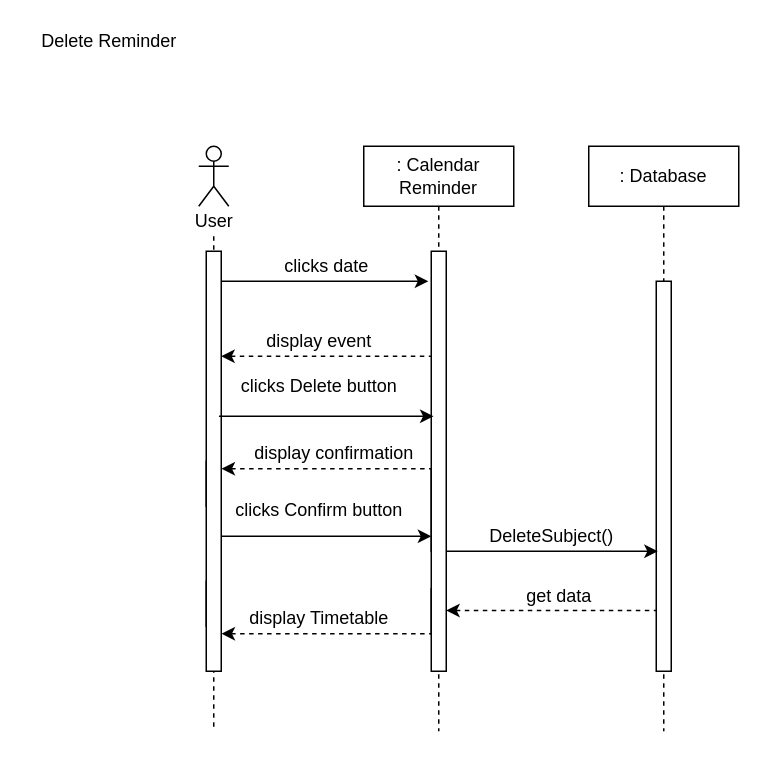
FaizAnuar/ashisu keeps this draw.io diagram as page "Page-4" (4 of 5) of CalendarReminder.drawio. Above is the earlier version. Source tidied: cells renumbered, new cells numbered last; positions are measured from the earlier drawing's top-left corner, leaving out a move shared by most shapes. Both pictures are drawn from the tidied source at 150%, with x=0, y=0 at pixel (26, 26).
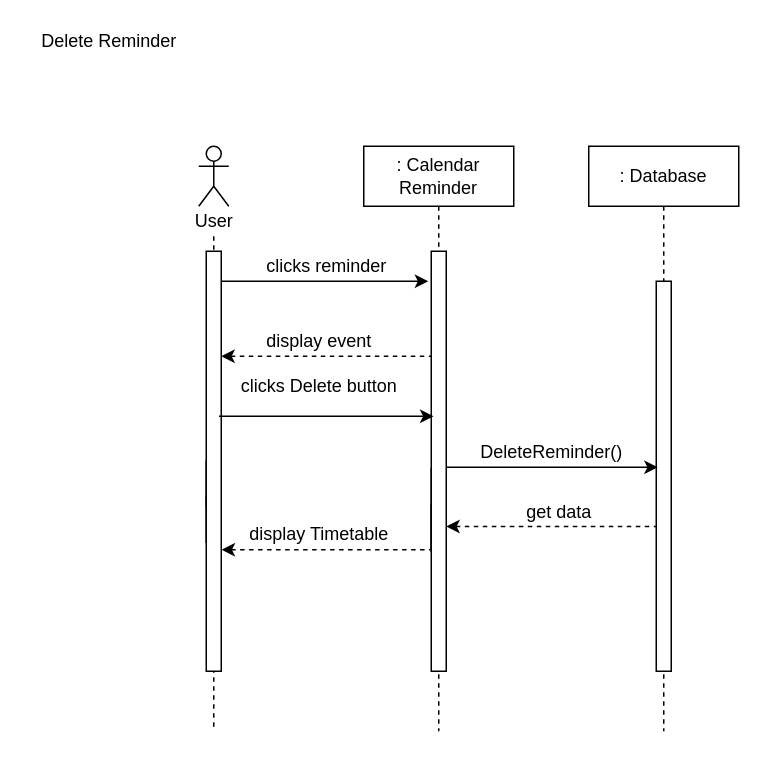
The same diagram, later.

Diff of the diagram source:
```diff
@@
-    <mxCell id="9" value="clicks date" style="text;html=1;align=center;verticalAlign=middle;strokeColor=none;" parent="1" vertex="1">
-      <mxGeometry x="165" y="150" width="70" height="20" as="geometry" />
+    <mxCell id="9" value="clicks reminder" style="text;html=1;align=center;verticalAlign=middle;strokeColor=none;" parent="1" vertex="1">
+      <mxGeometry x="150" y="150" width="100" height="20" as="geometry" />
     </mxCell>
@@
     <mxCell id="15" style="endArrow=classic;html=1;" parent="1" edge="1">
       <mxGeometry relative="1" as="geometry">
-        <mxPoint x="280" y="350" as="sourcePoint" />
-        <mxPoint x="421" y="350" as="targetPoint" />
+        <mxPoint x="280" y="294" as="sourcePoint" />
+        <mxPoint x="421" y="294" as="targetPoint" />
       </mxGeometry>
     </mxCell>
-    <mxCell id="16" style="endArrow=classic;html=1;" parent="1" edge="1">
-      <mxGeometry relative="1" as="geometry">
-        <mxPoint x="129" y="340" as="sourcePoint" />
-        <mxPoint x="270" y="340" as="targetPoint" />
-      </mxGeometry>
-    </mxCell>
-    <mxCell id="17" value="clicks Confirm button" style="text;html=1;align=center;verticalAlign=middle;strokeColor=none;" parent="1" vertex="1">
-      <mxGeometry x="130" y="312.5" width="130" height="20" as="geometry" />
-    </mxCell>
-    <mxCell id="18" value="DeleteSubject()" style="text;html=1;align=center;verticalAlign=middle;strokeColor=none;" parent="1" vertex="1">
-      <mxGeometry x="300" y="330" width="100" height="20" as="geometry" />
+    <mxCell id="18" value="DeleteReminder()" style="text;html=1;align=center;verticalAlign=middle;strokeColor=none;" parent="1" vertex="1">
+      <mxGeometry x="295" y="274" width="110" height="20" as="geometry" />
     </mxCell>
     <mxCell id="19" style="html=1;perimeter=orthogonalPerimeter;fillColor=#FFFFFF;" parent="1" vertex="1">
-      <mxGeometry x="270" y="375" width="10" height="30" as="geometry" />
+      <mxGeometry x="270" y="319" width="10" height="30" as="geometry" />
     </mxCell>
     <mxCell id="20" style="html=1;perimeter=orthogonalPerimeter;fillColor=#FFFFFF;" parent="1" vertex="1">
-      <mxGeometry x="120" y="370" width="10" height="30" as="geometry" />
+      <mxGeometry x="120" y="314" width="10" height="30" as="geometry" />
     </mxCell>
@@
-    <mxCell id="25" style="endArrow=none;html=1;entryX=-0.02;entryY=0.222;entryDx=0;entryDy=0;entryPerimeter=0;startArrow=classic;startFill=1;endFill=0;dashed=1;" parent="1" edge="1">
-      <mxGeometry relative="1" as="geometry">
-        <mxPoint x="130.2" y="295" as="sourcePoint" />
-        <mxPoint x="270" y="295" as="targetPoint" />
-      </mxGeometry>
-    </mxCell>
     <mxCell id="26" style="endArrow=none;html=1;entryX=-0.02;entryY=0.222;entryDx=0;entryDy=0;entryPerimeter=0;startArrow=classic;startFill=1;endFill=0;dashed=1;" parent="1" edge="1">
       <mxGeometry relative="1" as="geometry">
-        <mxPoint x="280" y="389.5" as="sourcePoint" />
-        <mxPoint x="419.8" y="389.5" as="targetPoint" />
+        <mxPoint x="280" y="333.5" as="sourcePoint" />
+        <mxPoint x="419.8" y="333.5" as="targetPoint" />
       </mxGeometry>
     </mxCell>
     <mxCell id="27" value="get data" style="text;html=1;align=center;verticalAlign=middle;strokeColor=none;" parent="1" vertex="1">
-      <mxGeometry x="325" y="370" width="60" height="20" as="geometry" />
+      <mxGeometry x="325" y="314" width="60" height="20" as="geometry" />
     </mxCell>
-    <mxCell id="28" value="display confirmation" style="text;html=1;align=center;verticalAlign=middle;strokeColor=none;" parent="1" vertex="1">
-      <mxGeometry x="145" y="275" width="120" height="20" as="geometry" />
-    </mxCell>
@@
     <mxCell id="31" style="endArrow=none;html=1;entryX=-0.02;entryY=0.222;entryDx=0;entryDy=0;entryPerimeter=0;startArrow=classic;startFill=1;endFill=0;dashed=1;" parent="1" edge="1">
       <mxGeometry relative="1" as="geometry">
-        <mxPoint x="130.2" y="405" as="sourcePoint" />
-        <mxPoint x="270" y="405" as="targetPoint" />
+        <mxPoint x="130.2" y="349" as="sourcePoint" />
+        <mxPoint x="270" y="349" as="targetPoint" />
       </mxGeometry>
     </mxCell>
     <mxCell id="32" value="display Timetable" style="text;html=1;align=center;verticalAlign=middle;strokeColor=none;" parent="1" vertex="1">
-      <mxGeometry x="140" y="385" width="110" height="20" as="geometry" />
+      <mxGeometry x="140" y="329" width="110" height="20" as="geometry" />
     </mxCell>
```
